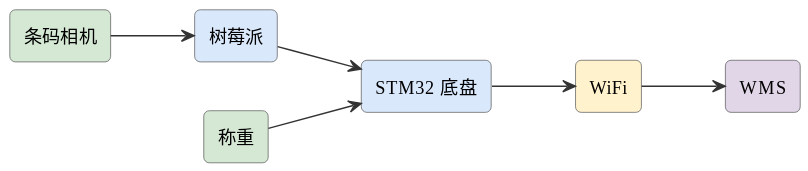
Earlier version of the PlantUML export assets/diagrams/ideas-fig74.svg (mingyi0818/IntelligentMcuCourse).
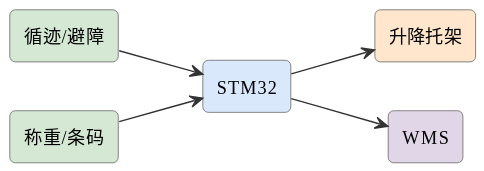
The same diagram one commit later.

The edit, as a diff of the source:
```diff
@@ -6,15 +6,13 @@
 skinparam arrowFontSize 11
 skinparam arrowColor #333
 left to right direction
-rectangle "条码相机" as cam #d5e8d4
-rectangle "树莓派" as pi #dae8fc
-rectangle "STM32 底盘" as stm #dae8fc
-rectangle "称重" as w #d5e8d4
-rectangle "WiFi" as net #fff2cc
-rectangle "WMS" as cloud #e1d5e8
-cam --> pi
-pi --> stm
+rectangle "循迹/避障" as line #d5e8d4
+rectangle "STM32" as stm #dae8fc
+rectangle "升降托架" as lift #ffe6cc
+rectangle "称重/条码" as w #d5e8d4
+rectangle "WMS" as wms #e1d5e8
+line --> stm
+stm --> lift
 w --> stm
-stm --> net
-net --> cloud
+stm --> wms
 @enduml
```
